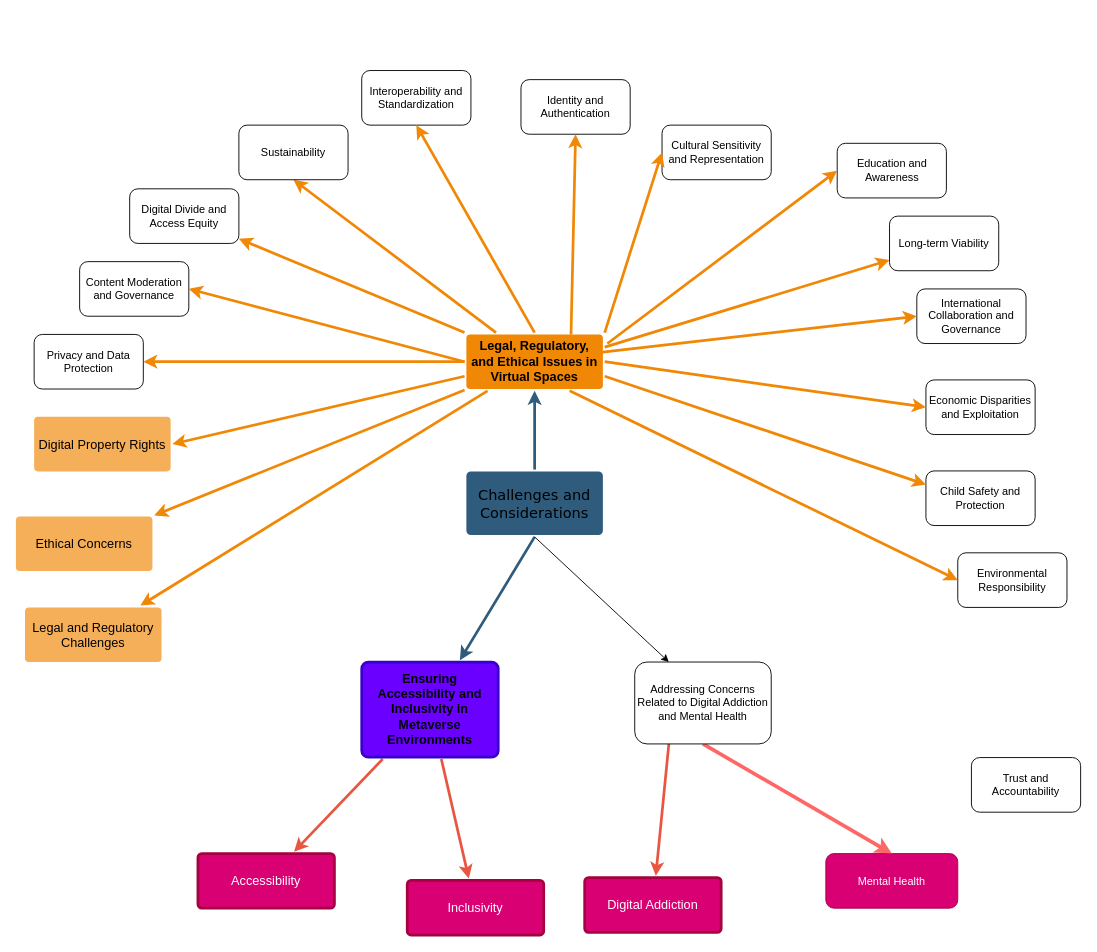
JANGIRALA/awesome-metaverse keeps this draw.io diagram as Untitled Diagram.drawio. Above is the earlier version. Source tidied: cells renumbered, new cells numbered last; positions are measured from the earlier drawing's top-left corner, leaving out a move shared by most shapes. Both pictures are drawn from the tidied source at 91%, with x=0, y=0 at pixel (15, 70).
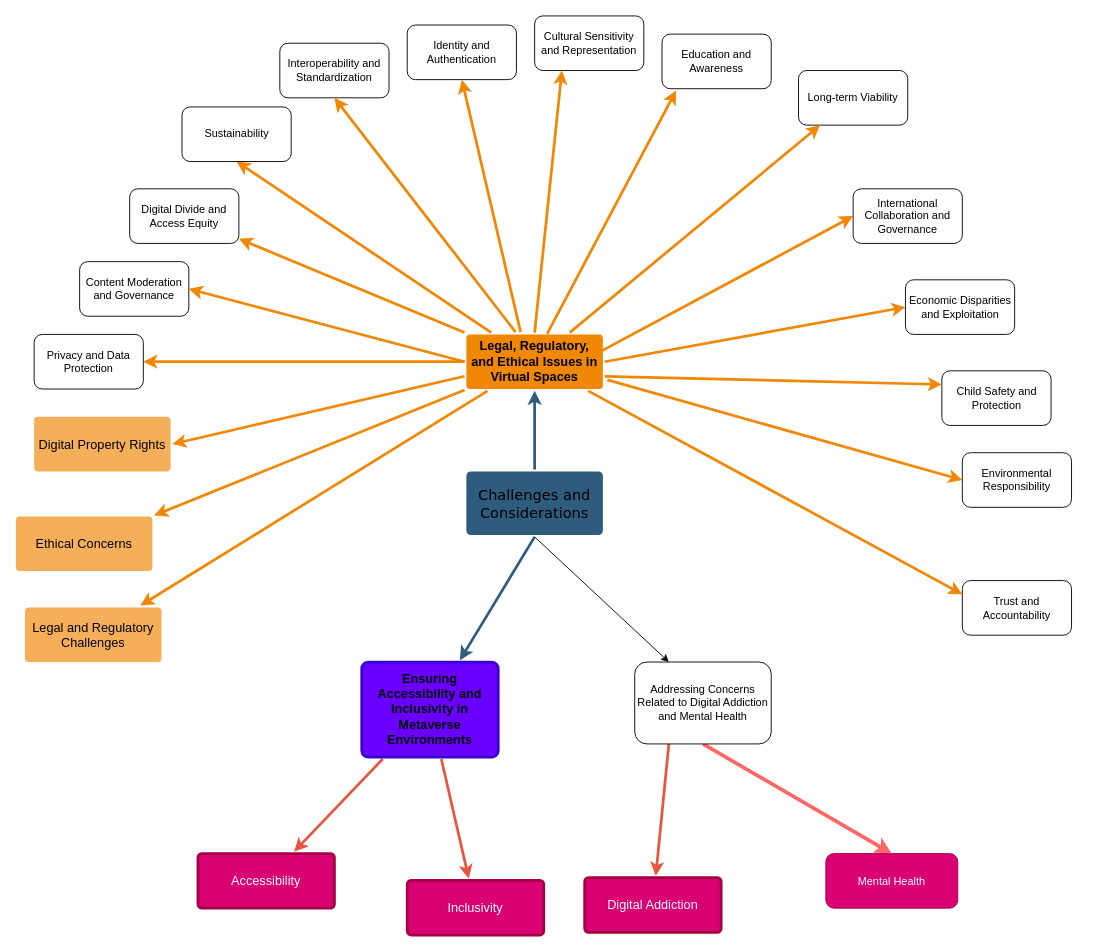
The same diagram, later.

The change refers to these unchanged cells:
```xml
<mxCell id="12" value="Legal, Regulatory, and Ethical Issues in Virtual Spaces" style="rounded=1;whiteSpace=wrap;html=1;shadow=0;labelBackgroundColor=none;strokeColor=none;strokeWidth=3;fillColor=#F08705;fontFamily=Helvetica;fontSize=14;fontColor=#000000;align=center;spacing=5;fontStyle=1;arcSize=7;perimeterSpacing=2;" parent="1" vertex="1">
  <mxGeometry x="495" y="290" width="150" height="60" as="geometry" />
</mxCell>
```

What changed in the source:
```diff
@@
     <mxCell id="26" value="Sustainability" style="rounded=1;whiteSpace=wrap;html=1;" parent="1" vertex="1">
-      <mxGeometry x="245" y="60" width="120" height="60" as="geometry" />
+      <mxGeometry x="182.5" y="40" width="120" height="60" as="geometry" />
     </mxCell>
     <mxCell id="27" value="Interoperability and Standardization" style="rounded=1;whiteSpace=wrap;html=1;" parent="1" vertex="1">
-      <mxGeometry x="380" width="120" height="60" as="geometry" />
+      <mxGeometry x="290" y="-30" width="120" height="60" as="geometry" />
     </mxCell>
     <mxCell id="28" value="Identity and Authentication" style="rounded=1;whiteSpace=wrap;html=1;" parent="1" vertex="1">
-      <mxGeometry x="555" y="10" width="120" height="60" as="geometry" />
+      <mxGeometry x="430" y="-50" width="120" height="60" as="geometry" />
     </mxCell>
     <mxCell id="29" value="Cultural Sensitivity and Representation" style="rounded=1;whiteSpace=wrap;html=1;" parent="1" vertex="1">
-      <mxGeometry x="710" y="60" width="120" height="60" as="geometry" />
+      <mxGeometry x="570" y="-60" width="120" height="60" as="geometry" />
     </mxCell>
     <mxCell id="30" value="Education and Awareness" style="rounded=1;whiteSpace=wrap;html=1;" parent="1" vertex="1">
-      <mxGeometry x="902.5" y="80" width="120" height="60" as="geometry" />
+      <mxGeometry x="710" y="-40" width="120" height="60" as="geometry" />
     </mxCell>
     <mxCell id="31" value="Long-term Viability" style="rounded=1;whiteSpace=wrap;html=1;" parent="1" vertex="1">
-      <mxGeometry x="960" y="160" width="120" height="60" as="geometry" />
+      <mxGeometry x="860" width="120" height="60" as="geometry" />
     </mxCell>
     <mxCell id="32" value="International Collaboration and Governance" style="rounded=1;whiteSpace=wrap;html=1;" parent="1" vertex="1">
-      <mxGeometry x="990" y="240" width="120" height="60" as="geometry" />
+      <mxGeometry x="920" y="130" width="120" height="60" as="geometry" />
     </mxCell>
     <mxCell id="33" value="Economic Disparities and Exploitation" style="rounded=1;whiteSpace=wrap;html=1;" parent="1" vertex="1">
-      <mxGeometry x="1000" y="340" width="120" height="60" as="geometry" />
+      <mxGeometry x="977.5" y="230" width="120" height="60" as="geometry" />
     </mxCell>
     <mxCell id="34" value="Child Safety and Protection" style="rounded=1;whiteSpace=wrap;html=1;" parent="1" vertex="1">
-      <mxGeometry x="1000" y="440" width="120" height="60" as="geometry" />
+      <mxGeometry x="1017.5" y="330" width="120" height="60" as="geometry" />
     </mxCell>
     <mxCell id="35" value="Environmental Responsibility" style="rounded=1;whiteSpace=wrap;html=1;" parent="1" vertex="1">
-      <mxGeometry x="1035" y="530" width="120" height="60" as="geometry" />
+      <mxGeometry x="1040" y="420" width="120" height="60" as="geometry" />
     </mxCell>
     <mxCell id="36" value="Trust and Accountability" style="rounded=1;whiteSpace=wrap;html=1;" parent="1" vertex="1">
-      <mxGeometry x="1050" y="755" width="120" height="60" as="geometry" />
+      <mxGeometry x="1040" y="560.5" width="120" height="60" as="geometry" />
     </mxCell>
@@
-    <mxCell id="39" style="edgeStyle=none;rounded=0;jumpStyle=none;html=1;shadow=0;labelBackgroundColor=none;startArrow=none;startFill=0;endArrow=classic;endFill=1;jettySize=auto;strokeColor=#F08705;strokeWidth=3;fontFamily=Helvetica;fontSize=14;fontColor=#000000;spacing=5;exitX=0.5;exitY=0;exitDx=0;exitDy=0;entryX=0.5;entryY=1;entryDx=0;entryDy=0;" parent="1" edge="1" source="12" target="27">
+    <mxCell id="39" style="edgeStyle=none;rounded=0;jumpStyle=none;html=1;shadow=0;labelBackgroundColor=none;startArrow=none;startFill=0;endArrow=classic;endFill=1;jettySize=auto;strokeColor=#F08705;strokeWidth=3;fontFamily=Helvetica;fontSize=14;fontColor=#000000;spacing=5;exitX=0.364;exitY=-0.009;exitDx=0;exitDy=0;entryX=0.5;entryY=1;entryDx=0;entryDy=0;exitPerimeter=0;" parent="1" edge="1" source="12" target="27">
       <mxGeometry relative="1" as="geometry" />
     </mxCell>
@@
-    <mxCell id="42" style="edgeStyle=none;rounded=0;jumpStyle=none;html=1;shadow=0;labelBackgroundColor=none;startArrow=none;startFill=0;endArrow=classic;endFill=1;jettySize=auto;strokeColor=#F08705;strokeWidth=3;fontFamily=Helvetica;fontSize=14;fontColor=#000000;spacing=5;entryX=0;entryY=0.5;entryDx=0;entryDy=0;" parent="1" edge="1" target="30">
-      <mxGeometry relative="1" as="geometry">
-        <mxPoint x="650" y="300" as="sourcePoint" />
-      </mxGeometry>
+    <mxCell id="42" style="edgeStyle=none;rounded=0;jumpStyle=none;html=1;shadow=0;labelBackgroundColor=none;startArrow=none;startFill=0;endArrow=classic;endFill=1;jettySize=auto;strokeColor=#F08705;strokeWidth=3;fontFamily=Helvetica;fontSize=14;fontColor=#000000;spacing=5;entryX=0.129;entryY=1.033;entryDx=0;entryDy=0;entryPerimeter=0;exitX=0.589;exitY=0.02;exitDx=0;exitDy=0;exitPerimeter=0;" parent="1" edge="1" source="12" target="30">
+      <mxGeometry relative="1" as="geometry" />
     </mxCell>
-    <mxCell id="43" style="edgeStyle=none;rounded=0;jumpStyle=none;html=1;shadow=0;labelBackgroundColor=none;startArrow=none;startFill=0;endArrow=classic;endFill=1;jettySize=auto;strokeColor=#F08705;strokeWidth=3;fontFamily=Helvetica;fontSize=14;fontColor=#000000;spacing=5;exitX=1;exitY=0.25;exitDx=0;exitDy=0;" parent="1" edge="1" source="12" target="31">
+    <mxCell id="43" style="edgeStyle=none;rounded=0;jumpStyle=none;html=1;shadow=0;labelBackgroundColor=none;startArrow=none;startFill=0;endArrow=classic;endFill=1;jettySize=auto;strokeColor=#F08705;strokeWidth=3;fontFamily=Helvetica;fontSize=14;fontColor=#000000;spacing=5;exitX=0.75;exitY=0;exitDx=0;exitDy=0;" parent="1" edge="1" source="12" target="31">
       <mxGeometry relative="1" as="geometry" />
     </mxCell>
@@
-    <mxCell id="47" style="edgeStyle=none;rounded=0;jumpStyle=none;html=1;shadow=0;labelBackgroundColor=none;startArrow=none;startFill=0;endArrow=classic;endFill=1;jettySize=auto;strokeColor=#F08705;strokeWidth=3;fontFamily=Helvetica;fontSize=14;fontColor=#000000;spacing=5;exitX=0.75;exitY=1;exitDx=0;exitDy=0;entryX=0;entryY=0.5;entryDx=0;entryDy=0;" parent="1" edge="1" source="12" target="35">
-      <mxGeometry relative="1" as="geometry" />
+    <mxCell id="47" style="edgeStyle=none;rounded=0;jumpStyle=none;html=1;shadow=0;labelBackgroundColor=none;startArrow=none;startFill=0;endArrow=classic;endFill=1;jettySize=auto;strokeColor=#F08705;strokeWidth=3;fontFamily=Helvetica;fontSize=14;fontColor=#000000;spacing=5;entryX=0;entryY=0.5;entryDx=0;entryDy=0;" parent="1" edge="1" target="35">
+      <mxGeometry relative="1" as="geometry">
+        <mxPoint x="650" y="340" as="sourcePoint" />
+      </mxGeometry>
     </mxCell>
-    <mxCell id="48" style="edgeStyle=none;rounded=0;jumpStyle=none;html=1;shadow=0;labelBackgroundColor=none;startArrow=none;startFill=0;endArrow=classic;endFill=1;jettySize=auto;strokeColor=#F08705;strokeWidth=3;fontFamily=Helvetica;fontSize=14;fontColor=#000000;spacing=5;entryX=0.5;entryY=1;entryDx=0;entryDy=0;" parent="1" edge="1" target="28">
-      <mxGeometry relative="1" as="geometry">
-        <mxPoint x="610" y="290" as="sourcePoint" />
-      </mxGeometry>
+    <mxCell id="48" style="edgeStyle=none;rounded=0;jumpStyle=none;html=1;shadow=0;labelBackgroundColor=none;startArrow=none;startFill=0;endArrow=classic;endFill=1;jettySize=auto;strokeColor=#F08705;strokeWidth=3;fontFamily=Helvetica;fontSize=14;fontColor=#000000;spacing=5;entryX=0.5;entryY=1;entryDx=0;entryDy=0;exitX=0.4;exitY=-0.009;exitDx=0;exitDy=0;exitPerimeter=0;" parent="1" edge="1" source="12" target="28">
+      <mxGeometry relative="1" as="geometry" />
     </mxCell>
-    <mxCell id="49" style="edgeStyle=none;rounded=0;jumpStyle=none;html=1;shadow=0;labelBackgroundColor=none;startArrow=none;startFill=0;endArrow=classic;endFill=1;jettySize=auto;strokeColor=#F08705;strokeWidth=3;fontFamily=Helvetica;fontSize=14;fontColor=#000000;spacing=5;entryX=0;entryY=0.5;entryDx=0;entryDy=0;exitX=1;exitY=0;exitDx=0;exitDy=0;" parent="1" edge="1" source="12" target="29">
+    <mxCell id="49" style="edgeStyle=none;rounded=0;jumpStyle=none;html=1;shadow=0;labelBackgroundColor=none;startArrow=none;startFill=0;endArrow=classic;endFill=1;jettySize=auto;strokeColor=#F08705;strokeWidth=3;fontFamily=Helvetica;fontSize=14;fontColor=#000000;spacing=5;entryX=0.25;entryY=1;entryDx=0;entryDy=0;exitX=0.5;exitY=0;exitDx=0;exitDy=0;" parent="1" edge="1" source="12" target="29">
       <mxGeometry relative="1" as="geometry" />
     </mxCell>
+    <mxCell id="50" style="edgeStyle=none;rounded=0;jumpStyle=none;html=1;shadow=0;labelBackgroundColor=none;startArrow=none;startFill=0;endArrow=classic;endFill=1;jettySize=auto;strokeColor=#F08705;strokeWidth=3;fontFamily=Helvetica;fontSize=14;fontColor=#000000;spacing=5;entryX=0;entryY=0.25;entryDx=0;entryDy=0;" parent="1" edge="1" source="12" target="36">
+      <mxGeometry relative="1" as="geometry" />
+    </mxCell>
```
